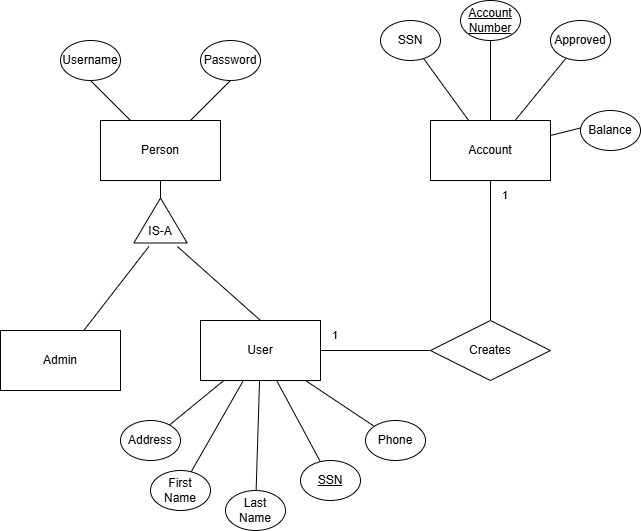
calebzroberts/cset-170-final-mike-caleb keeps this draw.io diagram as Docs/ERdiagram.png. Above is the earlier version. Source tidied: cells renumbered, new cells last; positions are measured from the earlier drawing's top-left corner, leaving out a move shared by most shapes. Its diagram source:
```xml
<mxGraphModel>
  <root>
    <mxCell id="0" />
    <mxCell id="1" parent="0" />
    <mxCell id="2" style="edgeStyle=none;shape=connector;rounded=0;jettySize=auto;html=1;strokeColor=default;align=center;verticalAlign=middle;fontFamily=Helvetica;fontSize=11;fontColor=default;labelBackgroundColor=default;endArrow=none;endFill=0;" parent="1" edge="1" source="8" target="18">
      <mxGeometry relative="1" as="geometry" />
    </mxCell>
    <mxCell id="3" style="edgeStyle=none;shape=connector;rounded=0;jettySize=auto;html=1;strokeColor=default;align=center;verticalAlign=middle;fontFamily=Helvetica;fontSize=11;fontColor=default;labelBackgroundColor=default;endArrow=none;endFill=0;" parent="1" edge="1" source="8" target="15">
      <mxGeometry relative="1" as="geometry" />
    </mxCell>
    <mxCell id="4" style="edgeStyle=none;shape=connector;rounded=0;jettySize=auto;html=1;strokeColor=default;align=center;verticalAlign=middle;fontFamily=Helvetica;fontSize=11;fontColor=default;labelBackgroundColor=default;endArrow=none;endFill=0;" parent="1" edge="1" source="8" target="24">
      <mxGeometry relative="1" as="geometry" />
    </mxCell>
    <mxCell id="5" style="edgeStyle=none;shape=connector;rounded=0;jettySize=auto;html=1;strokeColor=default;align=center;verticalAlign=middle;fontFamily=Helvetica;fontSize=11;fontColor=default;labelBackgroundColor=default;endArrow=none;endFill=0;" parent="1" edge="1" source="8" target="17">
      <mxGeometry relative="1" as="geometry" />
    </mxCell>
    <mxCell id="6" style="edgeStyle=none;shape=connector;rounded=0;jettySize=auto;html=1;strokeColor=default;align=center;verticalAlign=middle;fontFamily=Helvetica;fontSize=11;fontColor=default;labelBackgroundColor=default;endArrow=none;endFill=0;" parent="1" edge="1" source="8" target="19">
      <mxGeometry relative="1" as="geometry" />
    </mxCell>
    <mxCell id="7" style="edgeStyle=none;shape=connector;rounded=0;jettySize=auto;html=1;entryX=0;entryY=0.5;entryDx=0;entryDy=0;strokeColor=default;align=center;verticalAlign=middle;fontFamily=Helvetica;fontSize=11;fontColor=default;labelBackgroundColor=default;endArrow=none;endFill=0;" parent="1" edge="1" source="8" target="27">
      <mxGeometry relative="1" as="geometry" />
    </mxCell>
    <mxCell id="8" value="User" style="rounded=0;whiteSpace=wrap;html=1;" parent="1" vertex="1">
      <mxGeometry x="200" y="320" width="120" height="60" as="geometry" />
    </mxCell>
    <mxCell id="9" value="Admin" style="rounded=0;whiteSpace=wrap;html=1;" parent="1" vertex="1">
      <mxGeometry y="330" width="120" height="60" as="geometry" />
    </mxCell>
    <mxCell id="10" style="edgeStyle=none;shape=connector;rounded=0;jettySize=auto;html=1;strokeColor=default;align=center;verticalAlign=middle;fontFamily=Helvetica;fontSize=11;fontColor=default;labelBackgroundColor=default;endArrow=none;endFill=0;" parent="1" edge="1" source="14" target="22">
      <mxGeometry relative="1" as="geometry" />
    </mxCell>
    <mxCell id="11" style="edgeStyle=none;shape=connector;rounded=0;jettySize=auto;html=1;strokeColor=default;align=center;verticalAlign=middle;fontFamily=Helvetica;fontSize=11;fontColor=default;labelBackgroundColor=default;endArrow=none;endFill=0;" parent="1" edge="1" source="14" target="23">
      <mxGeometry relative="1" as="geometry" />
    </mxCell>
    <mxCell id="12" style="edgeStyle=none;shape=connector;rounded=0;jettySize=auto;html=1;strokeColor=default;align=center;verticalAlign=middle;fontFamily=Helvetica;fontSize=11;fontColor=default;labelBackgroundColor=default;endArrow=none;endFill=0;" parent="1" edge="1" source="14" target="21">
      <mxGeometry relative="1" as="geometry" />
    </mxCell>
    <mxCell id="13" style="edgeStyle=none;shape=connector;rounded=0;jettySize=auto;html=1;strokeColor=default;align=center;verticalAlign=middle;fontFamily=Helvetica;fontSize=11;fontColor=default;labelBackgroundColor=default;endArrow=none;endFill=0;" parent="1" edge="1" source="14">
      <mxGeometry relative="1" as="geometry">
        <mxPoint x="581.9" y="127" as="targetPoint" />
      </mxGeometry>
    </mxCell>
    <mxCell id="14" value="Account" style="rounded=0;whiteSpace=wrap;html=1;" parent="1" vertex="1">
      <mxGeometry x="430" y="120" width="120" height="60" as="geometry" />
    </mxCell>
    <mxCell id="15" value="&lt;div&gt;First&lt;/div&gt;Name" style="ellipse;whiteSpace=wrap;html=1;" parent="1" vertex="1">
      <mxGeometry x="150" y="470" width="60" height="40" as="geometry" />
    </mxCell>
    <mxCell id="16" value="Username" style="ellipse;whiteSpace=wrap;html=1;" parent="1" vertex="1">
      <mxGeometry x="60" y="40" width="60" height="40" as="geometry" />
    </mxCell>
    <mxCell id="17" value="&lt;u&gt;SSN&lt;/u&gt;" style="ellipse;whiteSpace=wrap;html=1;" parent="1" vertex="1">
      <mxGeometry x="300" y="460" width="60" height="40" as="geometry" />
    </mxCell>
    <mxCell id="18" value="Address" style="ellipse;whiteSpace=wrap;html=1;" parent="1" vertex="1">
      <mxGeometry x="120" y="420" width="60" height="40" as="geometry" />
    </mxCell>
    <mxCell id="19" value="Phone" style="ellipse;whiteSpace=wrap;html=1;" parent="1" vertex="1">
      <mxGeometry x="365" y="420" width="60" height="40" as="geometry" />
    </mxCell>
    <mxCell id="20" value="Password" style="ellipse;whiteSpace=wrap;html=1;" parent="1" vertex="1">
      <mxGeometry x="200" y="40" width="60" height="40" as="geometry" />
    </mxCell>
    <mxCell id="21" value="Approved" style="ellipse;whiteSpace=wrap;html=1;" parent="1" vertex="1">
      <mxGeometry x="550" y="20" width="60" height="40" as="geometry" />
    </mxCell>
    <mxCell id="22" value="SSN" style="ellipse;whiteSpace=wrap;html=1;" parent="1" vertex="1">
      <mxGeometry x="380" y="20" width="60" height="40" as="geometry" />
    </mxCell>
    <mxCell id="23" value="&lt;u&gt;Account&lt;/u&gt;&lt;div&gt;&lt;u&gt;Number&lt;/u&gt;&lt;/div&gt;" style="ellipse;whiteSpace=wrap;html=1;" parent="1" vertex="1">
      <mxGeometry x="460" width="60" height="40" as="geometry" />
    </mxCell>
    <mxCell id="24" value="&lt;div&gt;Last&lt;/div&gt;Name" style="ellipse;whiteSpace=wrap;html=1;" parent="1" vertex="1">
      <mxGeometry x="225" y="490" width="60" height="40" as="geometry" />
    </mxCell>
    <mxCell id="25" value="Balance" style="ellipse;whiteSpace=wrap;html=1;" parent="1" vertex="1">
      <mxGeometry x="580" y="110" width="60" height="40" as="geometry" />
    </mxCell>
    <mxCell id="26" style="edgeStyle=none;shape=connector;rounded=0;jettySize=auto;html=1;strokeColor=default;align=center;verticalAlign=middle;fontFamily=Helvetica;fontSize=11;fontColor=default;labelBackgroundColor=default;endArrow=none;endFill=0;" parent="1" edge="1" source="27" target="14">
      <mxGeometry relative="1" as="geometry" />
    </mxCell>
    <mxCell id="27" value="Creates" style="rhombus;whiteSpace=wrap;html=1;" parent="1" vertex="1">
      <mxGeometry x="430" y="320" width="120" height="60" as="geometry" />
    </mxCell>
    <mxCell id="28" value="1" style="text;html=1;whiteSpace=wrap;strokeColor=none;fillColor=none;align=center;verticalAlign=middle;rounded=0;fontFamily=Helvetica;fontSize=11;fontColor=default;labelBackgroundColor=default;" parent="1" vertex="1">
      <mxGeometry x="320" y="320" width="30" height="30" as="geometry" />
    </mxCell>
    <mxCell id="29" value="1" style="text;html=1;whiteSpace=wrap;strokeColor=none;fillColor=none;align=center;verticalAlign=middle;rounded=0;fontFamily=Helvetica;fontSize=11;fontColor=default;labelBackgroundColor=default;" parent="1" vertex="1">
      <mxGeometry x="490" y="180" width="30" height="30" as="geometry" />
    </mxCell>
    <mxCell id="30" style="edgeStyle=none;shape=connector;rounded=0;jettySize=auto;html=1;entryX=0.5;entryY=1;entryDx=0;entryDy=0;strokeColor=default;align=center;verticalAlign=middle;fontFamily=Helvetica;fontSize=11;fontColor=default;labelBackgroundColor=default;endArrow=none;endFill=0;" parent="1" edge="1" source="33" target="16">
      <mxGeometry relative="1" as="geometry" />
    </mxCell>
    <mxCell id="31" style="edgeStyle=none;shape=connector;rounded=0;jettySize=auto;html=1;entryX=0.5;entryY=1;entryDx=0;entryDy=0;strokeColor=default;align=center;verticalAlign=middle;fontFamily=Helvetica;fontSize=11;fontColor=default;labelBackgroundColor=default;endArrow=none;endFill=0;" parent="1" edge="1" source="33" target="20">
      <mxGeometry relative="1" as="geometry" />
    </mxCell>
    <mxCell id="32" style="edgeStyle=none;shape=connector;rounded=0;jettySize=auto;html=1;strokeColor=default;align=center;verticalAlign=middle;fontFamily=Helvetica;fontSize=11;fontColor=default;labelBackgroundColor=default;endArrow=none;endFill=0;" parent="1" edge="1" source="33" target="36">
      <mxGeometry relative="1" as="geometry" />
    </mxCell>
    <mxCell id="33" value="Person" style="rounded=0;whiteSpace=wrap;html=1;" parent="1" vertex="1">
      <mxGeometry x="100" y="120" width="120" height="60" as="geometry" />
    </mxCell>
    <mxCell id="34" style="group;" parent="1" vertex="1">
      <mxGeometry x="130" y="200" width="60" height="40" as="geometry" />
    </mxCell>
    <mxCell id="35" style="triangle;whiteSpace=wrap;html=1;rotation=-90;" parent="34" vertex="1">
      <mxGeometry x="7.5" y="-6.7" width="45" height="53.3" as="geometry" />
    </mxCell>
    <mxCell id="36" value="IS-A" style="text;html=1;whiteSpace=wrap;strokeColor=none;fillColor=none;align=center;verticalAlign=middle;rounded=0;" parent="34" vertex="1">
      <mxGeometry x="5" y="16" width="50" height="30" as="geometry" />
    </mxCell>
    <mxCell id="37" style="edgeStyle=none;shape=connector;rounded=0;jettySize=auto;html=1;strokeColor=default;align=center;verticalAlign=middle;fontFamily=Helvetica;fontSize=11;fontColor=default;labelBackgroundColor=default;endArrow=none;endFill=0;" parent="1" edge="1" source="36" target="9">
      <mxGeometry relative="1" as="geometry" />
    </mxCell>
    <mxCell id="38" style="edgeStyle=none;shape=connector;rounded=0;jettySize=auto;html=1;entryX=0.5;entryY=0;entryDx=0;entryDy=0;strokeColor=default;align=center;verticalAlign=middle;fontFamily=Helvetica;fontSize=11;fontColor=default;labelBackgroundColor=default;endArrow=none;endFill=0;" parent="1" edge="1" source="36" target="8">
      <mxGeometry relative="1" as="geometry" />
    </mxCell>
  </root>
</mxGraphModel>
```
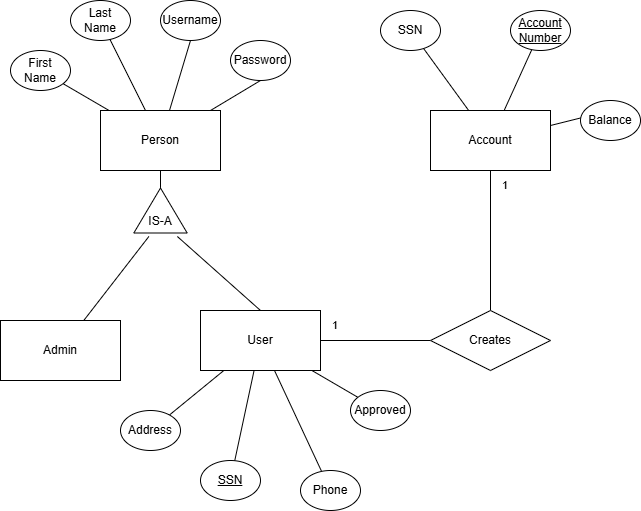
After the commit.

What changed in the source:
```diff
@@ -5,12 +5,6 @@
     <mxCell id="2" style="edgeStyle=none;shape=connector;rounded=0;jettySize=auto;html=1;strokeColor=default;align=center;verticalAlign=middle;fontFamily=Helvetica;fontSize=11;fontColor=default;labelBackgroundColor=default;endArrow=none;endFill=0;" parent="1" edge="1" source="8" target="18">
       <mxGeometry relative="1" as="geometry" />
     </mxCell>
-    <mxCell id="3" style="edgeStyle=none;shape=connector;rounded=0;jettySize=auto;html=1;strokeColor=default;align=center;verticalAlign=middle;fontFamily=Helvetica;fontSize=11;fontColor=default;labelBackgroundColor=default;endArrow=none;endFill=0;" parent="1" edge="1" source="8" target="15">
-      <mxGeometry relative="1" as="geometry" />
-    </mxCell>
-    <mxCell id="4" style="edgeStyle=none;shape=connector;rounded=0;jettySize=auto;html=1;strokeColor=default;align=center;verticalAlign=middle;fontFamily=Helvetica;fontSize=11;fontColor=default;labelBackgroundColor=default;endArrow=none;endFill=0;" parent="1" edge="1" source="8" target="24">
-      <mxGeometry relative="1" as="geometry" />
-    </mxCell>
     <mxCell id="5" style="edgeStyle=none;shape=connector;rounded=0;jettySize=auto;html=1;strokeColor=default;align=center;verticalAlign=middle;fontFamily=Helvetica;fontSize=11;fontColor=default;labelBackgroundColor=default;endArrow=none;endFill=0;" parent="1" edge="1" source="8" target="17">
       <mxGeometry relative="1" as="geometry" />
     </mxCell>
@@ -20,6 +14,9 @@
     <mxCell id="7" style="edgeStyle=none;shape=connector;rounded=0;jettySize=auto;html=1;entryX=0;entryY=0.5;entryDx=0;entryDy=0;strokeColor=default;align=center;verticalAlign=middle;fontFamily=Helvetica;fontSize=11;fontColor=default;labelBackgroundColor=default;endArrow=none;endFill=0;" parent="1" edge="1" source="8" target="27">
       <mxGeometry relative="1" as="geometry" />
     </mxCell>
+    <mxCell id="39" style="rounded=0;jettySize=auto;html=1;endArrow=none;endFill=0;" parent="1" edge="1" source="8" target="21">
+      <mxGeometry relative="1" as="geometry" />
+    </mxCell>
     <mxCell id="8" value="User" style="rounded=0;whiteSpace=wrap;html=1;" parent="1" vertex="1">
       <mxGeometry x="200" y="320" width="120" height="60" as="geometry" />
     </mxCell>
@@ -32,9 +29,6 @@
     <mxCell id="11" style="edgeStyle=none;shape=connector;rounded=0;jettySize=auto;html=1;strokeColor=default;align=center;verticalAlign=middle;fontFamily=Helvetica;fontSize=11;fontColor=default;labelBackgroundColor=default;endArrow=none;endFill=0;" parent="1" edge="1" source="14" target="23">
       <mxGeometry relative="1" as="geometry" />
     </mxCell>
-    <mxCell id="12" style="edgeStyle=none;shape=connector;rounded=0;jettySize=auto;html=1;strokeColor=default;align=center;verticalAlign=middle;fontFamily=Helvetica;fontSize=11;fontColor=default;labelBackgroundColor=default;endArrow=none;endFill=0;" parent="1" edge="1" source="14" target="21">
-      <mxGeometry relative="1" as="geometry" />
-    </mxCell>
     <mxCell id="13" style="edgeStyle=none;shape=connector;rounded=0;jettySize=auto;html=1;strokeColor=default;align=center;verticalAlign=middle;fontFamily=Helvetica;fontSize=11;fontColor=default;labelBackgroundColor=default;endArrow=none;endFill=0;" parent="1" edge="1" source="14">
       <mxGeometry relative="1" as="geometry">
         <mxPoint x="581.9" y="127" as="targetPoint" />
@@ -44,34 +38,34 @@
       <mxGeometry x="430" y="120" width="120" height="60" as="geometry" />
     </mxCell>
     <mxCell id="15" value="&lt;div&gt;First&lt;/div&gt;Name" style="ellipse;whiteSpace=wrap;html=1;" parent="1" vertex="1">
-      <mxGeometry x="150" y="470" width="60" height="40" as="geometry" />
+      <mxGeometry x="10" y="60" width="60" height="40" as="geometry" />
     </mxCell>
     <mxCell id="16" value="Username" style="ellipse;whiteSpace=wrap;html=1;" parent="1" vertex="1">
-      <mxGeometry x="60" y="40" width="60" height="40" as="geometry" />
+      <mxGeometry x="160" y="10" width="60" height="40" as="geometry" />
     </mxCell>
     <mxCell id="17" value="&lt;u&gt;SSN&lt;/u&gt;" style="ellipse;whiteSpace=wrap;html=1;" parent="1" vertex="1">
-      <mxGeometry x="300" y="460" width="60" height="40" as="geometry" />
+      <mxGeometry x="200" y="470" width="60" height="40" as="geometry" />
     </mxCell>
     <mxCell id="18" value="Address" style="ellipse;whiteSpace=wrap;html=1;" parent="1" vertex="1">
       <mxGeometry x="120" y="420" width="60" height="40" as="geometry" />
     </mxCell>
     <mxCell id="19" value="Phone" style="ellipse;whiteSpace=wrap;html=1;" parent="1" vertex="1">
-      <mxGeometry x="365" y="420" width="60" height="40" as="geometry" />
+      <mxGeometry x="300" y="480" width="60" height="40" as="geometry" />
     </mxCell>
     <mxCell id="20" value="Password" style="ellipse;whiteSpace=wrap;html=1;" parent="1" vertex="1">
-      <mxGeometry x="200" y="40" width="60" height="40" as="geometry" />
+      <mxGeometry x="230" y="50" width="60" height="40" as="geometry" />
     </mxCell>
     <mxCell id="21" value="Approved" style="ellipse;whiteSpace=wrap;html=1;" parent="1" vertex="1">
-      <mxGeometry x="550" y="20" width="60" height="40" as="geometry" />
+      <mxGeometry x="350" y="400" width="60" height="40" as="geometry" />
     </mxCell>
     <mxCell id="22" value="SSN" style="ellipse;whiteSpace=wrap;html=1;" parent="1" vertex="1">
       <mxGeometry x="380" y="20" width="60" height="40" as="geometry" />
     </mxCell>
     <mxCell id="23" value="&lt;u&gt;Account&lt;/u&gt;&lt;div&gt;&lt;u&gt;Number&lt;/u&gt;&lt;/div&gt;" style="ellipse;whiteSpace=wrap;html=1;" parent="1" vertex="1">
-      <mxGeometry x="460" width="60" height="40" as="geometry" />
+      <mxGeometry x="510" y="20" width="60" height="40" as="geometry" />
     </mxCell>
     <mxCell id="24" value="&lt;div&gt;Last&lt;/div&gt;Name" style="ellipse;whiteSpace=wrap;html=1;" parent="1" vertex="1">
-      <mxGeometry x="225" y="490" width="60" height="40" as="geometry" />
+      <mxGeometry x="70" y="10" width="60" height="40" as="geometry" />
     </mxCell>
     <mxCell id="25" value="Balance" style="ellipse;whiteSpace=wrap;html=1;" parent="1" vertex="1">
       <mxGeometry x="580" y="110" width="60" height="40" as="geometry" />
@@ -97,6 +91,12 @@
     <mxCell id="32" style="edgeStyle=none;shape=connector;rounded=0;jettySize=auto;html=1;strokeColor=default;align=center;verticalAlign=middle;fontFamily=Helvetica;fontSize=11;fontColor=default;labelBackgroundColor=default;endArrow=none;endFill=0;" parent="1" edge="1" source="33" target="36">
       <mxGeometry relative="1" as="geometry" />
     </mxCell>
+    <mxCell id="40" style="edgeStyle=none;shape=connector;rounded=0;jettySize=auto;html=1;strokeColor=default;align=center;verticalAlign=middle;fontFamily=Helvetica;fontSize=11;fontColor=default;labelBackgroundColor=default;endArrow=none;endFill=0;" parent="1" edge="1" source="33" target="24">
+      <mxGeometry relative="1" as="geometry" />
+    </mxCell>
+    <mxCell id="41" style="edgeStyle=none;shape=connector;rounded=0;jettySize=auto;html=1;strokeColor=default;align=center;verticalAlign=middle;fontFamily=Helvetica;fontSize=11;fontColor=default;labelBackgroundColor=default;endArrow=none;endFill=0;" parent="1" edge="1" source="33" target="15">
+      <mxGeometry relative="1" as="geometry" />
+    </mxCell>
     <mxCell id="33" value="Person" style="rounded=0;whiteSpace=wrap;html=1;" parent="1" vertex="1">
       <mxGeometry x="100" y="120" width="120" height="60" as="geometry" />
     </mxCell>
```
